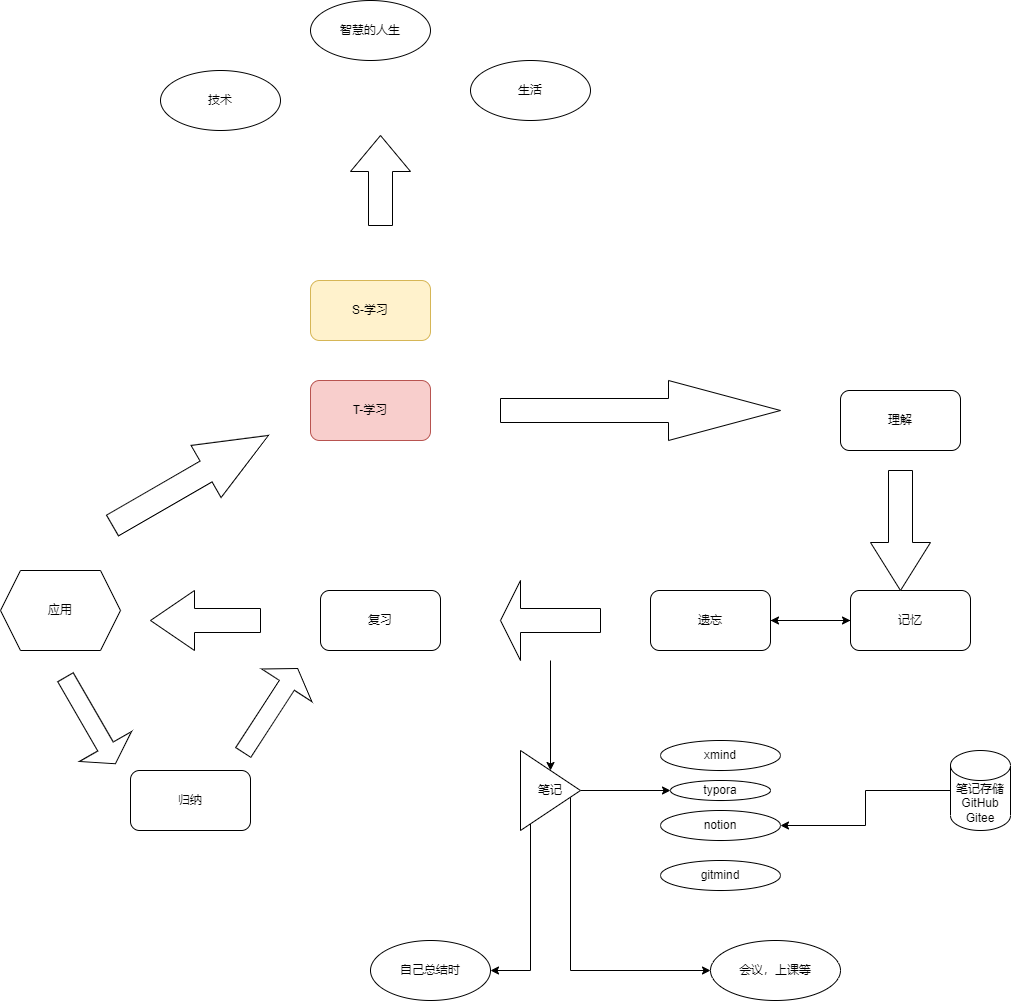
Earlier version of the draw.io export 学习流程图.drawio.png (alowisdom/draw). Source tidied: cells renumbered, new cells last; positions are measured from the earlier drawing's top-left corner, leaving out a move shared by most shapes.
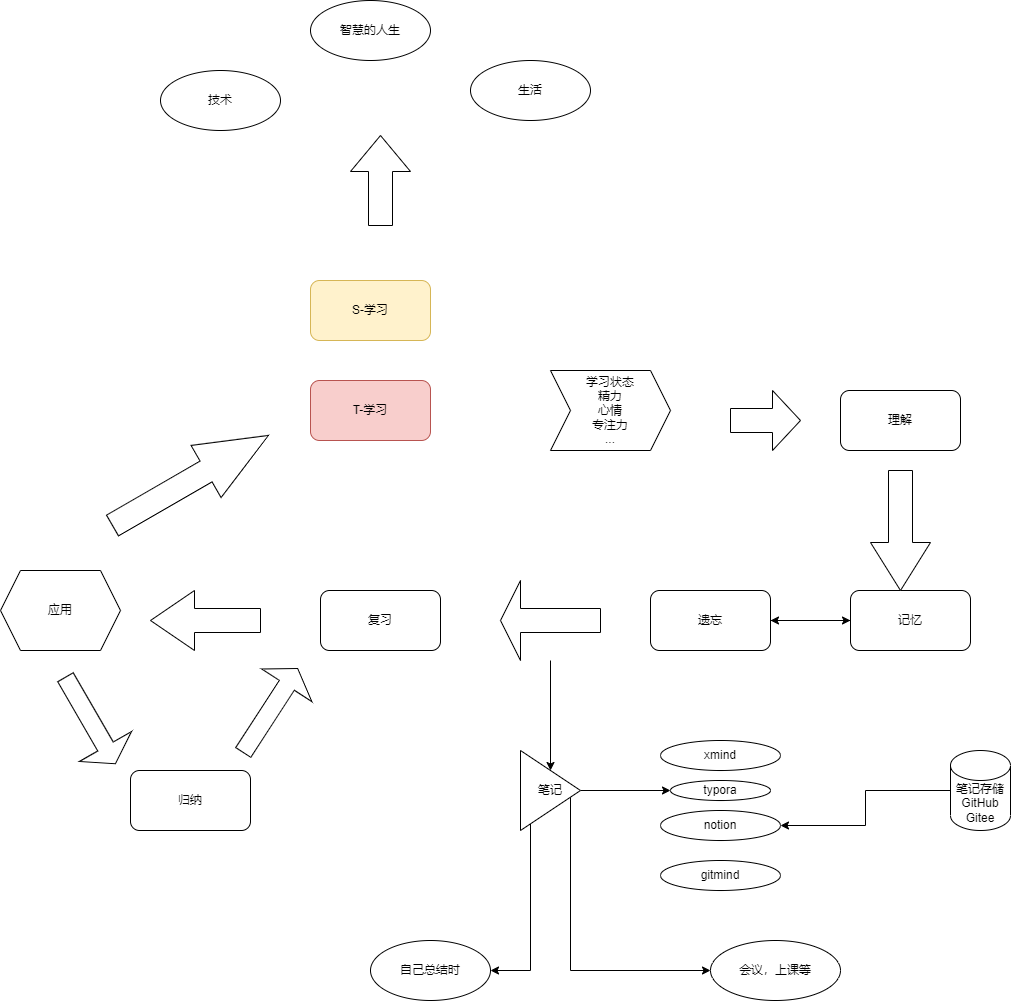
The same file after the commit.

Commit message:
更新学习流程图.drawio.png

The edit, as a diff of the source:
```diff
@@ -18,7 +18,7 @@
       <mxGeometry x="320" y="590" width="120" height="60" as="geometry" />
     </mxCell>
     <mxCell id="7" style="shape=singleArrow;whiteSpace=wrap;html=1;arrowWidth=0.4;arrowSize=0.4;" parent="1" vertex="1">
-      <mxGeometry x="500" y="380" width="280" height="60" as="geometry" />
+      <mxGeometry x="730" y="390" width="70" height="60" as="geometry" />
     </mxCell>
     <mxCell id="8" style="shape=singleArrow;whiteSpace=wrap;html=1;arrowWidth=0.4;arrowSize=0.4;rotation=90;" parent="1" vertex="1">
       <mxGeometry x="840" y="500" width="120" height="60" as="geometry" />
@@ -112,5 +112,8 @@
     <mxCell id="35" value="S-学习" style="rounded=1;whiteSpace=wrap;html=1;fillColor=#fff2cc;strokeColor=#d6b656;" parent="1" vertex="1">
       <mxGeometry x="310" y="280" width="120" height="60" as="geometry" />
     </mxCell>
+    <mxCell id="36" value="学习状态&lt;br&gt;精力&lt;br&gt;心情&lt;br&gt;专注力&lt;br&gt;..." style="shape=step;perimeter=stepPerimeter;whiteSpace=wrap;html=1;fixedSize=1;" parent="1" vertex="1">
+      <mxGeometry x="550" y="370" width="120" height="80" as="geometry" />
+    </mxCell>
   </root>
 </mxGraphModel>
```
